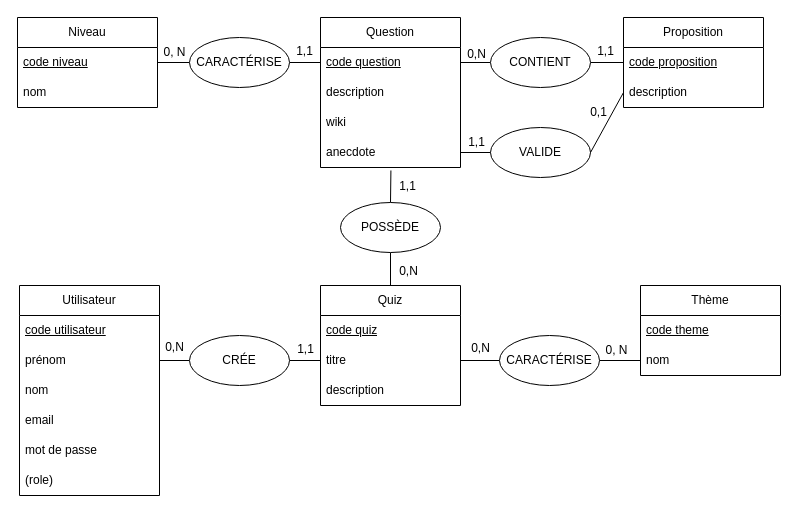
GavaudDylan/Oquiz keeps this draw.io diagram as docs/project-analysis/mcd/mcd.drawio. Above is the earlier version. Source tidied: cells renumbered, new cells numbered last; positions are measured from the earlier drawing's top-left corner, leaving out a move shared by most shapes. Both pictures are drawn from the tidied source at 100%, with x=0, y=0 at pixel (17, 17).
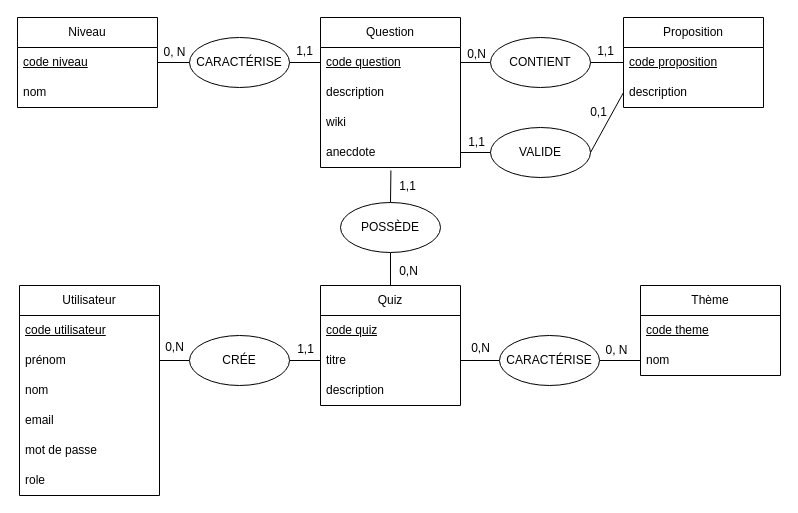
The same diagram, later.

Unchanged cells that the change refers to:
```xml
<mxCell id="2" value="Utilisateur" style="swimlane;fontStyle=0;horizontal=1;startSize=30;whiteSpace=wrap;html=1;" parent="1" vertex="1">
  <mxGeometry x="2" y="268" width="140" height="210" as="geometry" />
</mxCell>
```

Change to the diagram source:
```diff
@@
-    <mxCell id="8" value="(role)" style="text;strokeColor=none;fillColor=none;align=left;verticalAlign=middle;spacingLeft=4;spacingRight=4;overflow=hidden;whiteSpace=wrap;html=1;" parent="2" vertex="1">
+    <mxCell id="8" value="role" style="text;strokeColor=none;fillColor=none;align=left;verticalAlign=middle;spacingLeft=4;spacingRight=4;overflow=hidden;whiteSpace=wrap;html=1;" parent="2" vertex="1">
       <mxGeometry y="180" width="140" height="30" as="geometry" />
     </mxCell>
```
